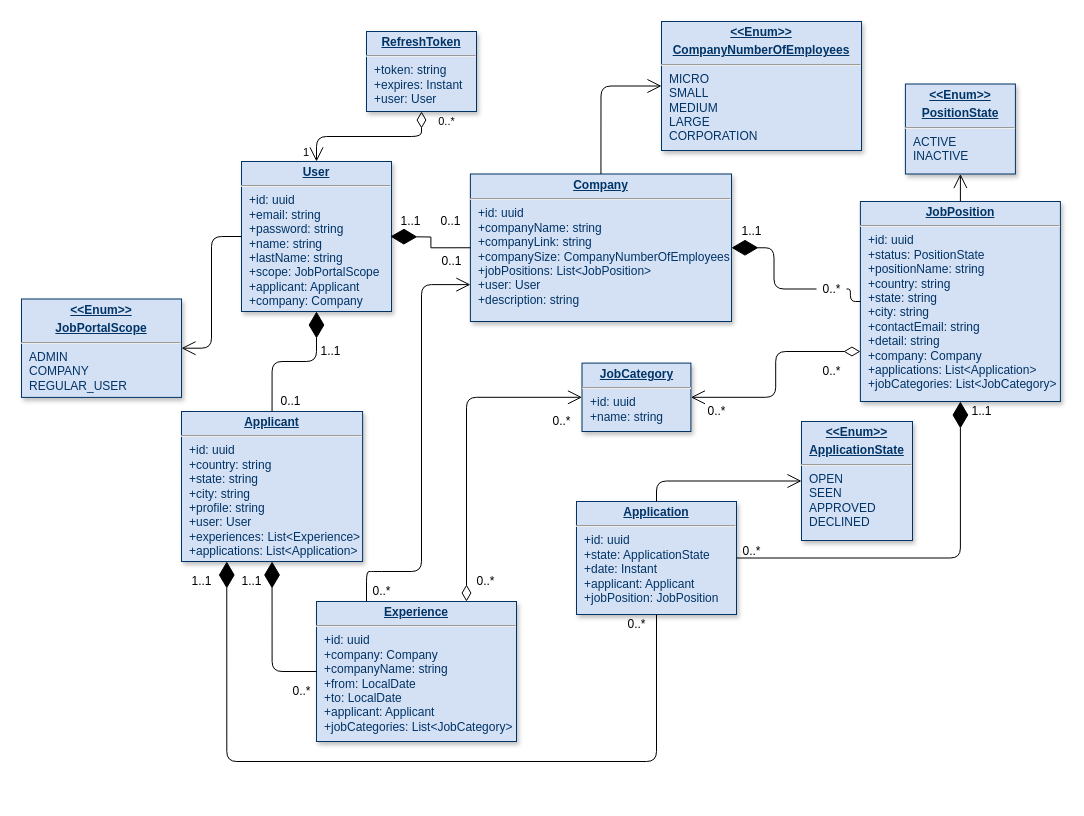
Above: diagrams/Class.drawio in BUTAJI9l-IT/job-portal (draw.io), before the change. Source tidied: cells renumbered, new cells numbered last; positions are measured from the earlier drawing's top-left corner, leaving out a move shared by most shapes. Both pictures are drawn from the tidied source at 100%, with x=0, y=0 at pixel (21, 21).
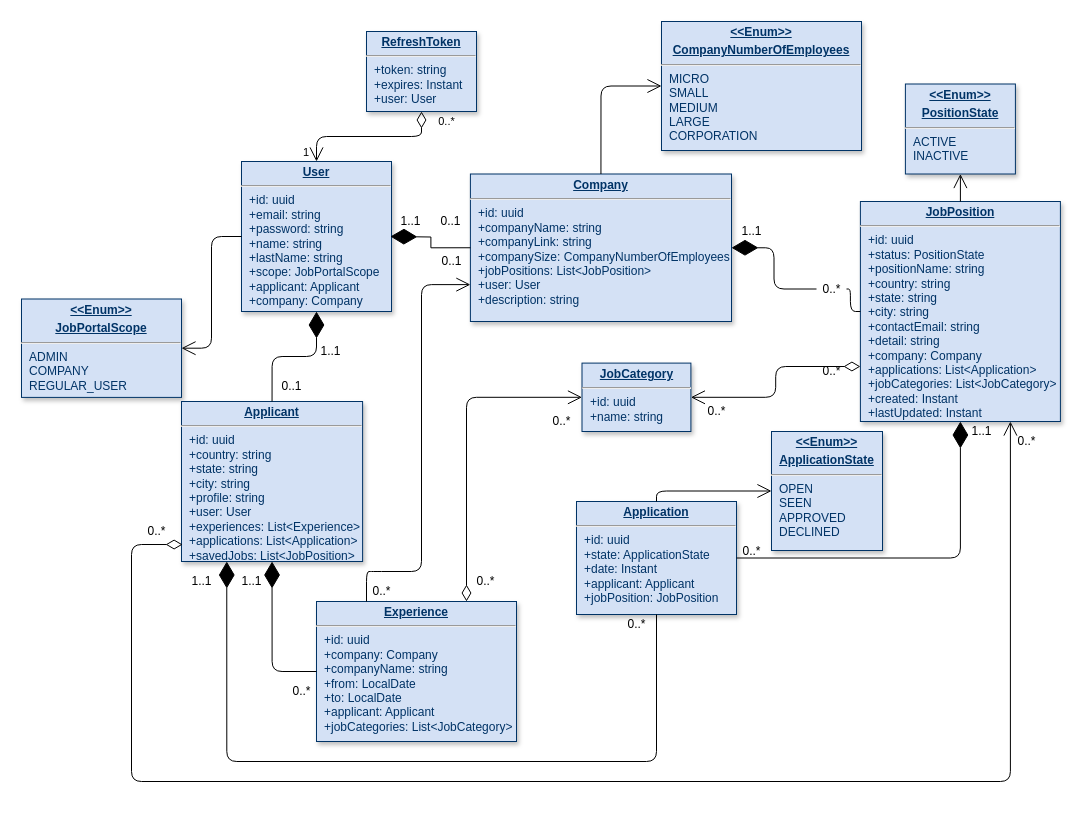
After the change.

The edit, as a diff of the source:
```diff
@@
     <mxCell id="2" value="&lt;p style=&quot;margin: 0px; margin-top: 4px; text-align: center; text-decoration: underline;&quot;&gt;&lt;b&gt;&amp;lt;&amp;lt;Enum&amp;gt;&amp;gt;&lt;/b&gt;&lt;strong&gt;&lt;br&gt;&lt;/strong&gt;&lt;/p&gt;&lt;p style=&quot;margin: 0px; margin-top: 4px; text-align: center; text-decoration: underline;&quot;&gt;&lt;strong&gt;ApplicationState&lt;/strong&gt;&lt;/p&gt;&lt;hr&gt;&lt;p style=&quot;margin: 0px; margin-left: 8px;&quot;&gt;OPEN&lt;/p&gt;&lt;p style=&quot;margin: 0px; margin-left: 8px;&quot;&gt;SEEN&lt;/p&gt;&lt;p style=&quot;margin: 0px; margin-left: 8px;&quot;&gt;APPROVED&lt;/p&gt;&lt;p style=&quot;margin: 0px; margin-left: 8px;&quot;&gt;DECLINED&lt;/p&gt;" style="verticalAlign=top;align=left;overflow=fill;fontSize=12;fontFamily=Helvetica;html=1;strokeColor=#003366;shadow=1;fillColor=#D4E1F5;fontColor=#003366;" parent="1" vertex="1">
-      <mxGeometry x="780" y="400" width="111" height="119" as="geometry" />
+      <mxGeometry x="750" y="410" width="111" height="119" as="geometry" />
     </mxCell>
@@
-    <mxCell id="9" value="&lt;p style=&quot;margin: 0px; margin-top: 4px; text-align: center; text-decoration: underline;&quot;&gt;&lt;b&gt;JobPosition&lt;/b&gt;&lt;/p&gt;&lt;hr&gt;&lt;p style=&quot;margin: 0px; margin-left: 8px;&quot;&gt;+id: uuid&lt;/p&gt;&lt;p style=&quot;margin: 0px; margin-left: 8px;&quot;&gt;+status: PositionState&lt;/p&gt;&lt;p style=&quot;margin: 0px; margin-left: 8px;&quot;&gt;+positionName: string&lt;/p&gt;&lt;p style=&quot;margin: 0px; margin-left: 8px;&quot;&gt;+country: string&lt;/p&gt;&lt;p style=&quot;margin: 0px; margin-left: 8px;&quot;&gt;+state: string&lt;/p&gt;&lt;p style=&quot;margin: 0px; margin-left: 8px;&quot;&gt;+city: string&lt;/p&gt;&lt;p style=&quot;margin: 0px; margin-left: 8px;&quot;&gt;+contactEmail: string&lt;br&gt;+detail: string&lt;/p&gt;&lt;p style=&quot;margin: 0px; margin-left: 8px;&quot;&gt;+company: Company&lt;/p&gt;&lt;p style=&quot;margin: 0px; margin-left: 8px;&quot;&gt;+applications: List&amp;lt;Application&amp;gt;&lt;/p&gt;&lt;p style=&quot;margin: 0px; margin-left: 8px;&quot;&gt;+jobCategories: List&amp;lt;JobCategory&amp;gt;&lt;/p&gt;&lt;p style=&quot;margin: 0px; margin-left: 8px;&quot;&gt;&lt;br&gt;&lt;/p&gt;" style="verticalAlign=top;align=left;overflow=fill;fontSize=12;fontFamily=Helvetica;html=1;strokeColor=#003366;shadow=1;fillColor=#D4E1F5;fontColor=#003366;" parent="1" vertex="1">
-      <mxGeometry x="838.9" y="180" width="200" height="200" as="geometry" />
+    <mxCell id="9" value="&lt;p style=&quot;margin: 0px; margin-top: 4px; text-align: center; text-decoration: underline;&quot;&gt;&lt;b&gt;JobPosition&lt;/b&gt;&lt;/p&gt;&lt;hr&gt;&lt;p style=&quot;margin: 0px; margin-left: 8px;&quot;&gt;+id: uuid&lt;/p&gt;&lt;p style=&quot;margin: 0px; margin-left: 8px;&quot;&gt;+status: PositionState&lt;/p&gt;&lt;p style=&quot;margin: 0px; margin-left: 8px;&quot;&gt;+positionName: string&lt;/p&gt;&lt;p style=&quot;margin: 0px; margin-left: 8px;&quot;&gt;+country: string&lt;/p&gt;&lt;p style=&quot;margin: 0px; margin-left: 8px;&quot;&gt;+state: string&lt;/p&gt;&lt;p style=&quot;margin: 0px; margin-left: 8px;&quot;&gt;+city: string&lt;/p&gt;&lt;p style=&quot;margin: 0px; margin-left: 8px;&quot;&gt;+contactEmail: string&lt;br&gt;+detail: string&lt;/p&gt;&lt;p style=&quot;margin: 0px; margin-left: 8px;&quot;&gt;+company: Company&lt;/p&gt;&lt;p style=&quot;margin: 0px; margin-left: 8px;&quot;&gt;+applications: List&amp;lt;Application&amp;gt;&lt;/p&gt;&lt;p style=&quot;margin: 0px; margin-left: 8px;&quot;&gt;+jobCategories: List&amp;lt;JobCategory&amp;gt;&lt;/p&gt;&lt;p style=&quot;margin: 0px; margin-left: 8px;&quot;&gt;+created: Instant&lt;/p&gt;&lt;p style=&quot;margin: 0px; margin-left: 8px;&quot;&gt;+lastUpdated: Instant&lt;/p&gt;" style="verticalAlign=top;align=left;overflow=fill;fontSize=12;fontFamily=Helvetica;html=1;strokeColor=#003366;shadow=1;fillColor=#D4E1F5;fontColor=#003366;" parent="1" vertex="1">
+      <mxGeometry x="838.9" y="180" width="200" height="220" as="geometry" />
     </mxCell>
@@
-    <mxCell id="11" value="&lt;p style=&quot;margin: 0px; margin-top: 4px; text-align: center; text-decoration: underline;&quot;&gt;&lt;b&gt;Applicant&lt;/b&gt;&lt;/p&gt;&lt;hr&gt;&lt;p style=&quot;margin: 0px; margin-left: 8px;&quot;&gt;+id: uuid&lt;/p&gt;&lt;p style=&quot;margin: 0px; margin-left: 8px;&quot;&gt;+country: string&lt;/p&gt;&lt;p style=&quot;margin: 0px; margin-left: 8px;&quot;&gt;+state: string&lt;/p&gt;&lt;p style=&quot;margin: 0px; margin-left: 8px;&quot;&gt;+city: string&lt;/p&gt;&lt;p style=&quot;margin: 0px; margin-left: 8px;&quot;&gt;+profile: string&lt;/p&gt;&lt;p style=&quot;margin: 0px; margin-left: 8px;&quot;&gt;+user: User&lt;/p&gt;&lt;p style=&quot;margin: 0px; margin-left: 8px;&quot;&gt;+experiences: List&amp;lt;Experience&amp;gt;&lt;/p&gt;&lt;p style=&quot;margin: 0px; margin-left: 8px;&quot;&gt;+applications: List&amp;lt;Application&amp;gt;&lt;/p&gt;" style="verticalAlign=top;align=left;overflow=fill;fontSize=12;fontFamily=Helvetica;html=1;strokeColor=#003366;shadow=1;fillColor=#D4E1F5;fontColor=#003366;" parent="1" vertex="1">
-      <mxGeometry x="160" y="390" width="181.1" height="150" as="geometry" />
+    <mxCell id="11" value="&lt;p style=&quot;margin: 0px; margin-top: 4px; text-align: center; text-decoration: underline;&quot;&gt;&lt;b&gt;Applicant&lt;/b&gt;&lt;/p&gt;&lt;hr&gt;&lt;p style=&quot;margin: 0px; margin-left: 8px;&quot;&gt;+id: uuid&lt;/p&gt;&lt;p style=&quot;margin: 0px; margin-left: 8px;&quot;&gt;+country: string&lt;/p&gt;&lt;p style=&quot;margin: 0px; margin-left: 8px;&quot;&gt;+state: string&lt;/p&gt;&lt;p style=&quot;margin: 0px; margin-left: 8px;&quot;&gt;+city: string&lt;/p&gt;&lt;p style=&quot;margin: 0px; margin-left: 8px;&quot;&gt;+profile: string&lt;/p&gt;&lt;p style=&quot;margin: 0px; margin-left: 8px;&quot;&gt;+user: User&lt;/p&gt;&lt;p style=&quot;margin: 0px; margin-left: 8px;&quot;&gt;+experiences: List&amp;lt;Experience&amp;gt;&lt;/p&gt;&lt;p style=&quot;margin: 0px; margin-left: 8px;&quot;&gt;+applications: List&amp;lt;Application&amp;gt;&lt;/p&gt;&lt;p style=&quot;margin: 0px; margin-left: 8px;&quot;&gt;+savedJobs: List&amp;lt;JobPosition&amp;gt;&lt;/p&gt;" style="verticalAlign=top;align=left;overflow=fill;fontSize=12;fontFamily=Helvetica;html=1;strokeColor=#003366;shadow=1;fillColor=#D4E1F5;fontColor=#003366;" parent="1" vertex="1">
+      <mxGeometry x="160" y="380" width="181.1" height="160" as="geometry" />
     </mxCell>
@@
     <mxCell id="13" value="0..1" style="text;html=1;align=center;verticalAlign=middle;strokeColor=none;fillColor=none;" parent="1" vertex="1">
-      <mxGeometry x="248.9" y="370" width="40" height="20" as="geometry" />
+      <mxGeometry x="250" y="355" width="40" height="20" as="geometry" />
     </mxCell>
@@
     <mxCell id="22" value="1..1" style="text;html=1;align=center;verticalAlign=middle;strokeColor=none;fillColor=none;" parent="1" vertex="1">
-      <mxGeometry x="940" y="380" width="40" height="20" as="geometry" />
+      <mxGeometry x="940" y="400" width="40" height="20" as="geometry" />
     </mxCell>
@@
+    <mxCell id="48" value="1" style="endArrow=open;html=1;endSize=12;startArrow=diamondThin;startSize=14;startFill=0;edgeStyle=orthogonalEdgeStyle;align=left;verticalAlign=bottom;rounded=1;exitX=0.006;exitY=0.894;exitDx=0;exitDy=0;strokeWidth=1;fontColor=none;noLabel=1;exitPerimeter=0;entryX=0.75;entryY=1;entryDx=0;entryDy=0;" parent="1" edge="1" source="11" target="9">
+      <mxGeometry x="-1" y="235" relative="1" as="geometry">
+        <Array as="points">
+          <mxPoint x="110" y="523" />
+          <mxPoint x="110" y="760" />
+          <mxPoint x="989" y="760" />
+        </Array>
+        <mxPoint x="211" y="-132" as="offset" />
+      </mxGeometry>
+    </mxCell>
+    <mxCell id="49" value="0..*" style="text;html=1;align=center;verticalAlign=middle;strokeColor=none;fillColor=none;" parent="1" vertex="1">
+      <mxGeometry x="120" y="500" width="30" height="20" as="geometry" />
+    </mxCell>
+    <mxCell id="50" value="0..*" style="text;html=1;align=center;verticalAlign=middle;strokeColor=none;fillColor=none;" parent="1" vertex="1">
+      <mxGeometry x="990" y="410" width="30" height="20" as="geometry" />
+    </mxCell>
```
